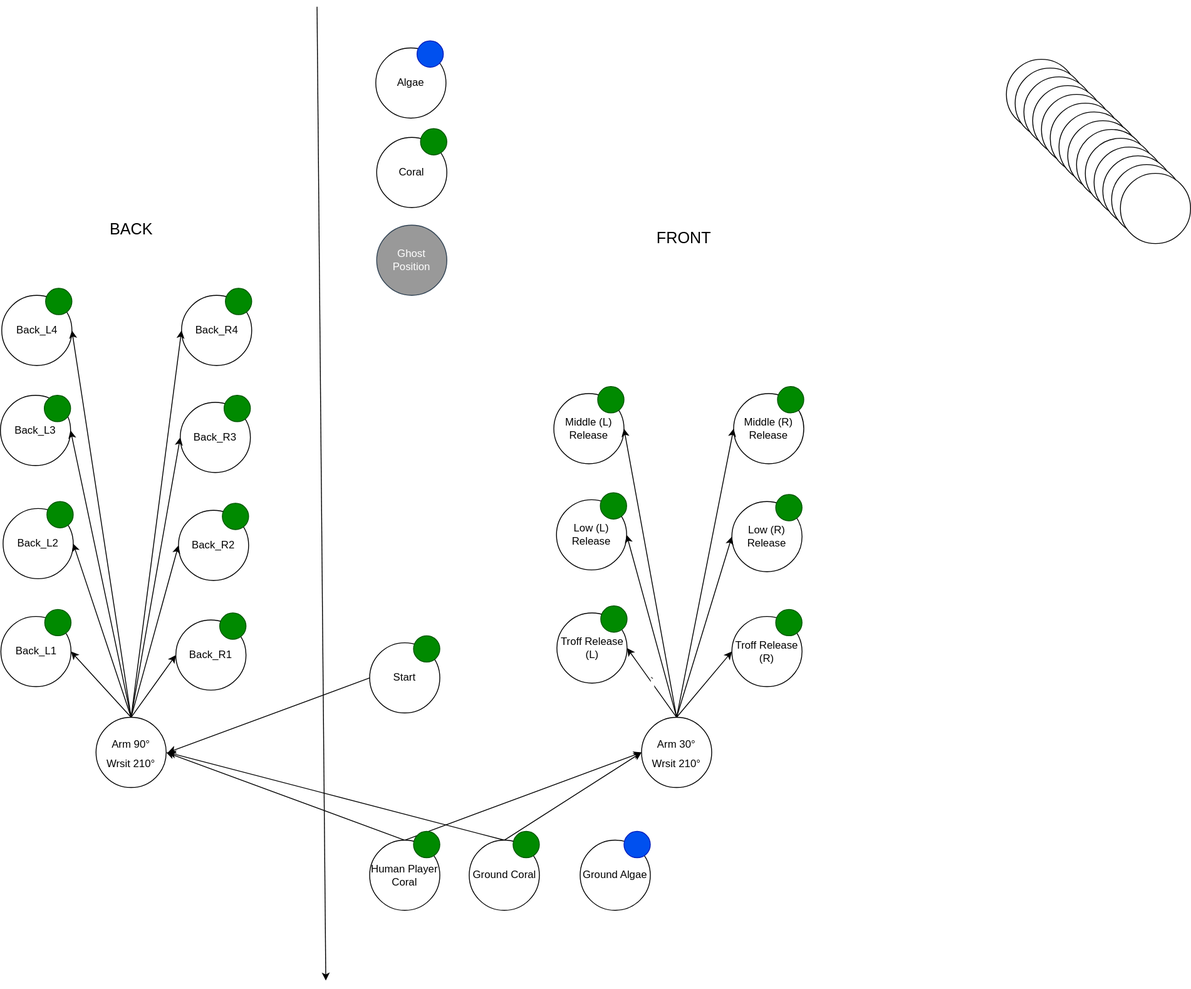
Above: src/main/java/frc/robot/subsystems/ArmControl/ArmGraph.drawio.svg in RossRambotics/2025-ReefScape (draw.io), before the change. Source tidied: cells renumbered, new cells last; positions are measured from the earlier drawing's top-left corner, leaving out a move shared by most shapes.
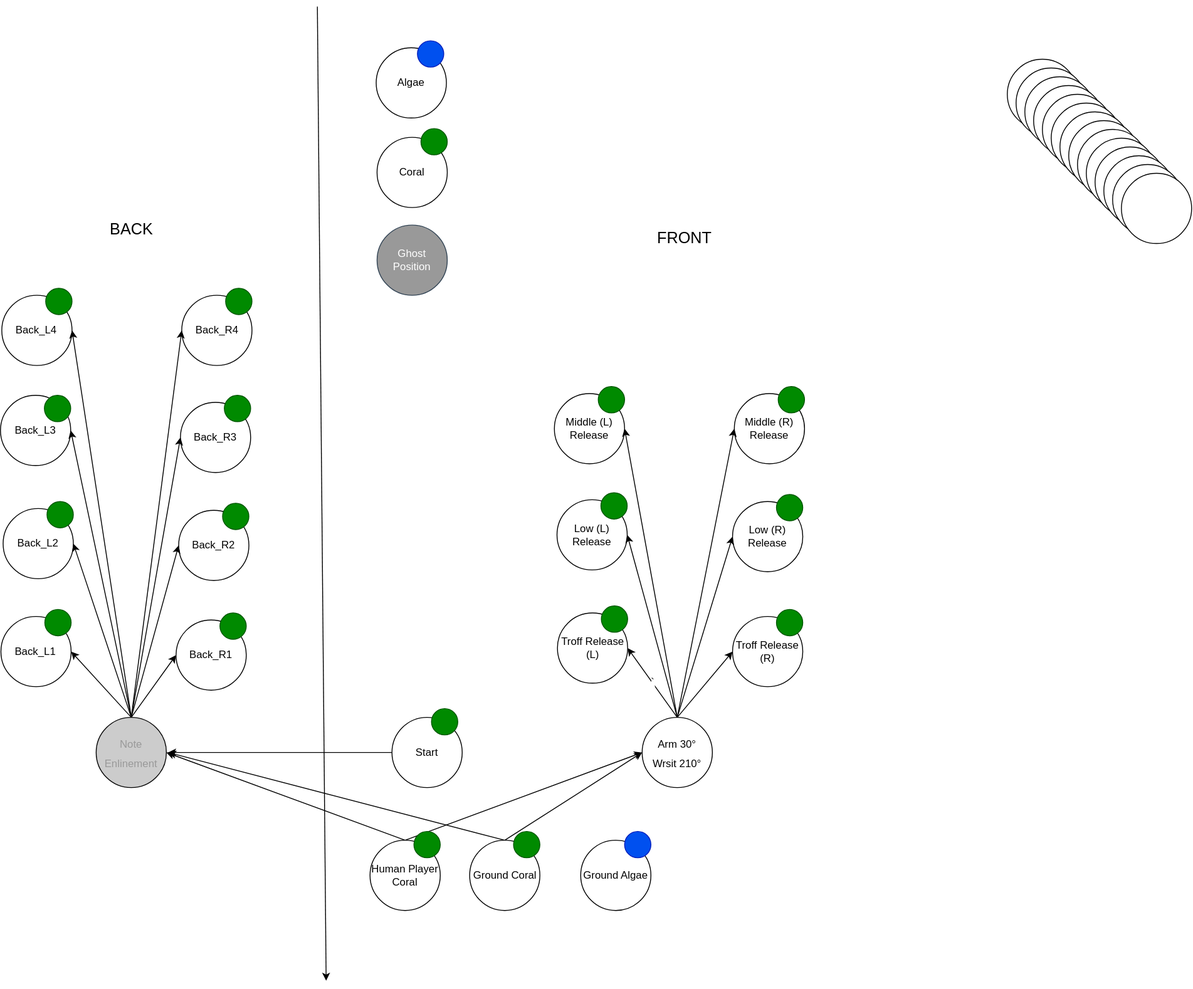
After the change.

Change to the diagram source:
```diff
@@ -232,14 +232,14 @@
     <mxCell id="76" style="edgeStyle=none;html=1;exitX=0.5;exitY=0;exitDx=0;exitDy=0;entryX=1;entryY=0.5;entryDx=0;entryDy=0;fontSize=12;" parent="1" edge="1" source="77" target="52">
       <mxGeometry relative="1" as="geometry" />
     </mxCell>
-    <mxCell id="77" value="&lt;span style=&quot;font-size: 12px;&quot;&gt;Arm 90°&lt;br&gt;Wrsit&amp;nbsp;&lt;/span&gt;&lt;span style=&quot;font-size: 12px;&quot;&gt;210°&lt;/span&gt;" style="ellipse;whiteSpace=wrap;html=1;fontSize=18;gradientColor=none;" parent="1" vertex="1">
+    <mxCell id="77" value="&lt;font color=&quot;#999999&quot;&gt;&lt;span style=&quot;font-size: 12px;&quot;&gt;Note Enlinement&lt;/span&gt;&lt;/font&gt;" style="ellipse;whiteSpace=wrap;html=1;fontSize=18;gradientColor=none;fillColor=#CCCCCC;" parent="1" vertex="1">
       <mxGeometry x="109" y="810" width="80" height="80" as="geometry" />
     </mxCell>
     <mxCell id="78" value="Start" style="ellipse;whiteSpace=wrap;html=1;gradientColor=none;" parent="1" vertex="1">
-      <mxGeometry x="421" y="725" width="80" height="80" as="geometry" />
+      <mxGeometry x="446" y="810" width="80" height="80" as="geometry" />
     </mxCell>
     <mxCell id="79" style="ellipse;whiteSpace=wrap;html=1;fillColor=#008a00;fontColor=#ffffff;strokeColor=#005700;" parent="1" vertex="1">
-      <mxGeometry x="471" y="717" width="30" height="30" as="geometry" />
+      <mxGeometry x="491" y="800" width="30" height="30" as="geometry" />
     </mxCell>
     <mxCell id="80" style="edgeStyle=none;html=1;exitX=0;exitY=0.5;exitDx=0;exitDy=0;fontSize=12;" parent="1" edge="1" source="78">
       <mxGeometry relative="1" as="geometry">
```
